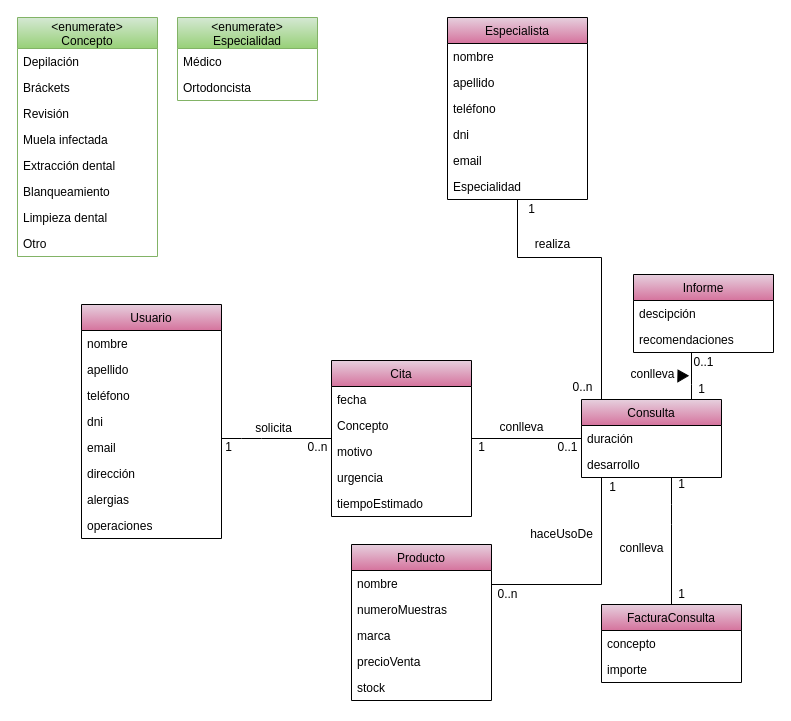
Before: page "Consulta" (4 of 4) of Recursos/Diagrama UML IR.drawio in Jesusjbs/clinicaDental-ir, a draw.io diagram. Source tidied: cells renumbered, new cells numbered last; positions are measured from the earlier drawing's top-left corner, leaving out a move shared by most shapes. Both pictures are drawn from the tidied source at 100%, with x=0, y=0 at pixel (17, 17).
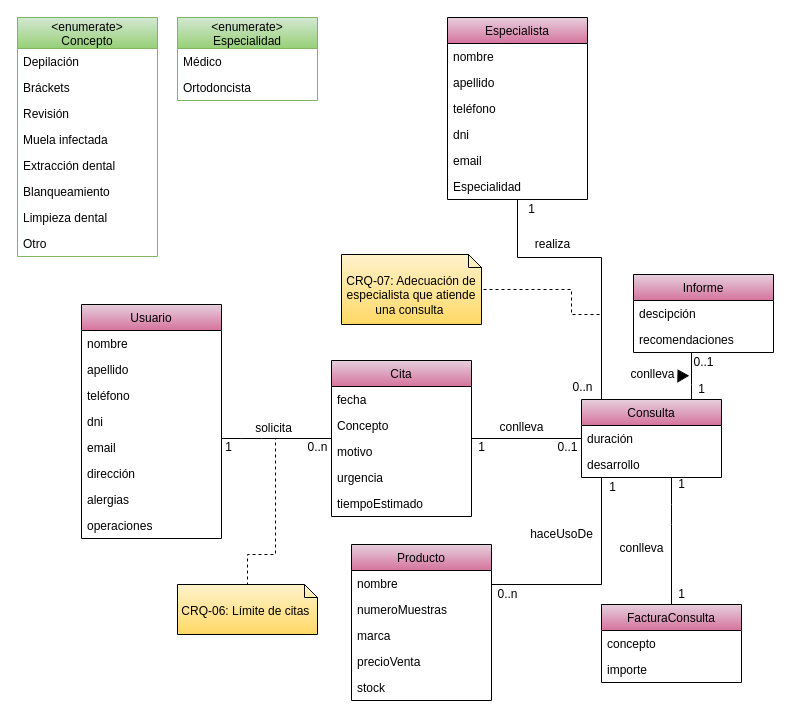
The same diagram, later.

What changed in the source:
```diff
@@
+    <mxCell id="76" style="edgeStyle=orthogonalEdgeStyle;rounded=0;jumpSize=3;orthogonalLoop=1;jettySize=auto;html=1;dashed=1;startSize=6;endArrow=none;endFill=0;endSize=6;strokeColor=#000000;strokeWidth=1;" parent="1" edge="1">
+      <mxGeometry relative="1" as="geometry">
+        <mxPoint x="230" y="568" as="sourcePoint" />
+        <mxPoint x="258" y="421" as="targetPoint" />
+        <Array as="points">
+          <mxPoint x="230" y="537" />
+          <mxPoint x="258" y="537" />
+        </Array>
+      </mxGeometry>
+    </mxCell>
+    <mxCell id="77" value="CRQ-06: Límite de citas&amp;nbsp;" style="shape=note2;boundedLbl=1;whiteSpace=wrap;html=1;size=13;verticalAlign=top;align=center;fillColor=#fff2cc;gradientColor=#ffd966;" parent="1" vertex="1">
+      <mxGeometry x="160" y="567" width="140" height="50" as="geometry" />
+    </mxCell>
+    <mxCell id="78" style="edgeStyle=orthogonalEdgeStyle;rounded=0;jumpSize=3;orthogonalLoop=1;jettySize=auto;html=1;dashed=1;startSize=6;endArrow=none;endFill=0;endSize=6;strokeColor=#000000;strokeWidth=1;" parent="1" edge="1">
+      <mxGeometry relative="1" as="geometry">
+        <mxPoint x="466" y="272" as="sourcePoint" />
+        <mxPoint x="584" y="297" as="targetPoint" />
+        <Array as="points">
+          <mxPoint x="554" y="272" />
+          <mxPoint x="554" y="297" />
+        </Array>
+      </mxGeometry>
+    </mxCell>
+    <mxCell id="79" value="CRQ-07: Adecuación de especialista que atiende una consulta&amp;nbsp;" style="shape=note2;boundedLbl=1;whiteSpace=wrap;html=1;size=13;verticalAlign=top;align=center;fillColor=#fff2cc;gradientColor=#ffd966;" parent="1" vertex="1">
+      <mxGeometry x="324" y="237" width="140" height="70" as="geometry" />
+    </mxCell>
```
